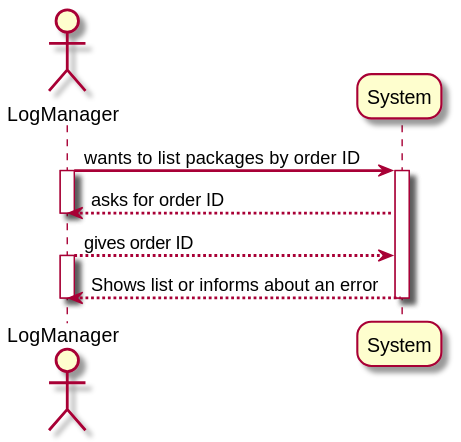
The PlantUML diagram Wiki/FrontEnd_Wiki/UseCases/List Packaging/N1_VP_alt2.svg in MarianaCLages/LAPR5, before a commit.
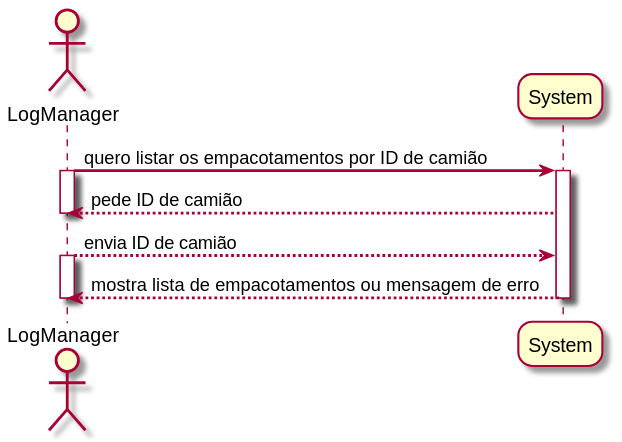
The same file after the commit.

What changed in the source:
```diff
@@ -7,14 +7,14 @@
 actor LogManager
 participant System
 
-LogManager -> System : wants to list packages by order ID
+LogManager -> System : quero listar os empacotamentos por ID de camião
 activate LogManager
 activate System
-System --> LogManager : asks for order ID
+System --> LogManager : pede ID de camião
 deactivate LogManager
-LogManager --> System : gives order ID
+LogManager --> System : envia ID de camião
 activate LogManager
-System --> LogManager : Shows list or informs about an error
+System --> LogManager : mostra lista de empacotamentos ou mensagem de erro
 deactivate LogManager
 deactivate System
 
```
